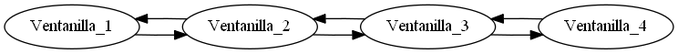
This is Proyectos/Proyecto2_201504482/archivo_ventanillas.png from jimzi94/Tareas, a Graphviz export, as it was before one commit. Its source is kept beside it as Proyectos/Proyecto2_201504482/archivo_ventanillas.dot.
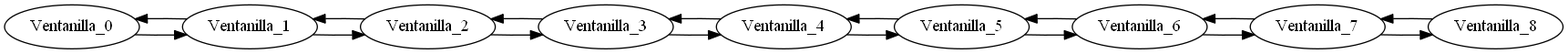
The same diagram one commit later.

Diff of the diagram source:
```diff
@@ -1,7 +1,17 @@
-digraph {rankdir=LR Ventanilla_1->Ventanilla_2
+digraph {rankdir=LR Ventanilla_0->Ventanilla_1
+Ventanilla_1->Ventanilla_0
+Ventanilla_1->Ventanilla_2
 Ventanilla_2->Ventanilla_1
 Ventanilla_2->Ventanilla_3
 Ventanilla_3->Ventanilla_2
 Ventanilla_3->Ventanilla_4
 Ventanilla_4->Ventanilla_3
-Ventanilla_4}
+Ventanilla_4->Ventanilla_5
+Ventanilla_5->Ventanilla_4
+Ventanilla_5->Ventanilla_6
+Ventanilla_6->Ventanilla_5
+Ventanilla_6->Ventanilla_7
+Ventanilla_7->Ventanilla_6
+Ventanilla_7->Ventanilla_8
+Ventanilla_8->Ventanilla_7
+Ventanilla_8}
```
